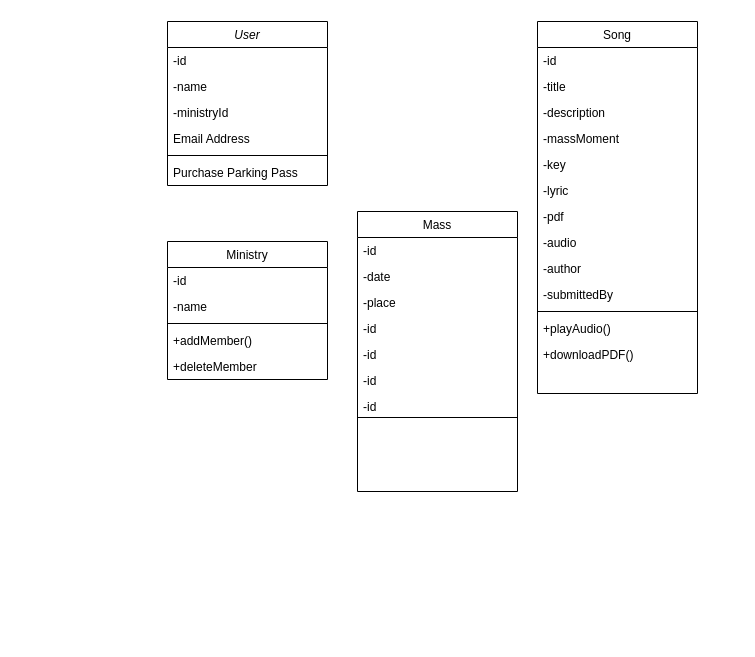
Above: uml_liturgico.drawio in hendrixrag/planificador_liturgico (draw.io), before the change. Source tidied: cells renumbered, new cells numbered last; positions are measured from the earlier drawing's top-left corner, leaving out a move shared by most shapes. Both pictures are drawn from the tidied source at 100%, with x=0, y=0 at pixel (167, 21).
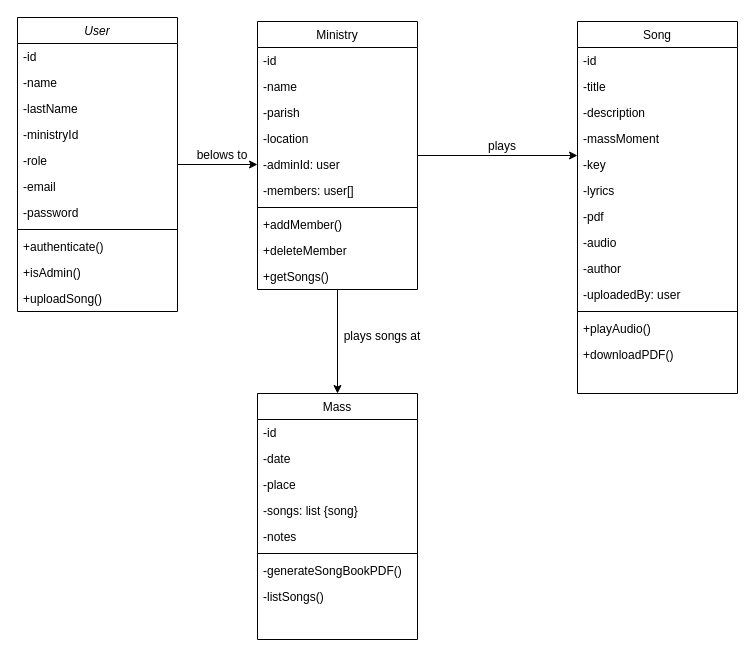
The same diagram, later.

Unchanged cells that the change refers to:
```xml
<mxCell id="29" value="-key" style="text;align=left;verticalAlign=top;spacingLeft=4;spacingRight=4;overflow=hidden;points=[[0,0.5],[1,0.5]];portConstraint=eastwest;rounded=0;shadow=0;html=0;" parent="24" vertex="1">
  <mxGeometry y="130" width="160" height="26" as="geometry" />
</mxCell>
```

The edit, as a diff of the source:
```diff
@@
+    <mxCell id="38" style="edgeStyle=orthogonalEdgeStyle;rounded=0;jettySize=auto;html=1;entryX=0;entryY=0.5;entryDx=0;entryDy=0;" parent="1" edge="1" source="2" target="47">
+      <mxGeometry relative="1" as="geometry" />
+    </mxCell>
     <mxCell id="2" value="User" style="swimlane;fontStyle=2;align=center;verticalAlign=top;horizontal=1;startSize=26;rounded=0;shadow=0;strokeWidth=1;" parent="1" vertex="1">
-      <mxGeometry width="160" height="164" as="geometry" />
+      <mxGeometry x="-150" y="-4" width="160" height="294" as="geometry" />
     </mxCell>
@@
+    <mxCell id="39" value="-lastName" style="text;align=left;verticalAlign=top;spacingLeft=4;spacingRight=4;overflow=hidden;" parent="2" vertex="1">
+      <mxGeometry y="78" width="160" height="26" as="geometry" />
+    </mxCell>
     <mxCell id="5" value="-ministryId" style="text;align=left;verticalAlign=top;spacingLeft=4;spacingRight=4;overflow=hidden;rounded=0;shadow=0;html=0;" parent="2" vertex="1">
-      <mxGeometry y="78" width="160" height="26" as="geometry" />
+      <mxGeometry y="104" width="160" height="26" as="geometry" />
     </mxCell>
+    <mxCell id="40" value="-role" style="text;align=left;verticalAlign=top;spacingLeft=4;spacingRight=4;overflow=hidden;rounded=0;shadow=0;html=0;" parent="2" vertex="1">
+      <mxGeometry y="130" width="160" height="26" as="geometry" />
+    </mxCell>
-    <mxCell id="6" value="Email Address" style="text;align=left;verticalAlign=top;spacingLeft=4;spacingRight=4;overflow=hidden;rounded=0;shadow=0;html=0;" parent="2" vertex="1">
-      <mxGeometry y="104" width="160" height="26" as="geometry" />
+    <mxCell id="6" value="-email" style="text;align=left;verticalAlign=top;spacingLeft=4;spacingRight=4;overflow=hidden;rounded=0;shadow=0;html=0;" parent="2" vertex="1">
+      <mxGeometry y="156" width="160" height="26" as="geometry" />
     </mxCell>
+    <mxCell id="41" value="-password" style="text;align=left;verticalAlign=top;spacingLeft=4;spacingRight=4;overflow=hidden;rounded=0;shadow=0;html=0;" parent="2" vertex="1">
+      <mxGeometry y="182" width="160" height="26" as="geometry" />
+    </mxCell>
     <mxCell id="7" style="line;html=1;strokeWidth=1;align=left;verticalAlign=middle;spacingTop=-1;spacingLeft=3;spacingRight=3;labelPosition=right;" parent="2" vertex="1">
-      <mxGeometry y="130" width="160" height="8" as="geometry" />
+      <mxGeometry y="208" width="160" height="8" as="geometry" />
     </mxCell>
-    <mxCell id="8" value="Purchase Parking Pass" style="text;align=left;verticalAlign=top;spacingLeft=4;spacingRight=4;overflow=hidden;" parent="2" vertex="1">
-      <mxGeometry y="138" width="160" height="26" as="geometry" />
+    <mxCell id="8" value="+authenticate()" style="text;align=left;verticalAlign=top;spacingLeft=4;spacingRight=4;overflow=hidden;" parent="2" vertex="1">
+      <mxGeometry y="216" width="160" height="26" as="geometry" />
     </mxCell>
+    <mxCell id="42" value="+isAdmin()" style="text;align=left;verticalAlign=top;spacingLeft=4;spacingRight=4;overflow=hidden;" parent="2" vertex="1">
+      <mxGeometry y="242" width="160" height="26" as="geometry" />
+    </mxCell>
+    <mxCell id="43" value="+uploadSong()" style="text;align=left;verticalAlign=top;spacingLeft=4;spacingRight=4;overflow=hidden;" parent="2" vertex="1">
+      <mxGeometry y="268" width="160" height="26" as="geometry" />
+    </mxCell>
+    <mxCell id="44" style="edgeStyle=orthogonalEdgeStyle;rounded=0;jettySize=auto;html=1;entryX=0.5;entryY=0;entryDx=0;entryDy=0;" parent="1" edge="1" source="9" target="15">
+      <mxGeometry relative="1" as="geometry" />
+    </mxCell>
     <mxCell id="9" value="Ministry" style="swimlane;fontStyle=0;align=center;verticalAlign=top;horizontal=1;startSize=26;rounded=0;shadow=0;strokeWidth=1;" parent="1" vertex="1">
-      <mxGeometry y="220" width="160" height="138" as="geometry" />
+      <mxGeometry x="90" width="160" height="268" as="geometry" />
     </mxCell>
@@
-    <mxCell id="11" value="-name" style="text;align=left;verticalAlign=top;spacingLeft=4;spacingRight=4;overflow=hidden;rounded=0;shadow=0;html=0;" parent="9" vertex="1">
+    <mxCell id="11" value="-name&#10;" style="text;align=left;verticalAlign=top;spacingLeft=4;spacingRight=4;overflow=hidden;rounded=0;shadow=0;html=0;" parent="9" vertex="1">
       <mxGeometry y="52" width="160" height="26" as="geometry" />
     </mxCell>
+    <mxCell id="45" value="-parish" style="text;align=left;verticalAlign=top;spacingLeft=4;spacingRight=4;overflow=hidden;rounded=0;shadow=0;html=0;" parent="9" vertex="1">
+      <mxGeometry y="78" width="160" height="26" as="geometry" />
+    </mxCell>
+    <mxCell id="46" value="-location" style="text;align=left;verticalAlign=top;spacingLeft=4;spacingRight=4;overflow=hidden;rounded=0;shadow=0;html=0;" parent="9" vertex="1">
+      <mxGeometry y="104" width="160" height="26" as="geometry" />
+    </mxCell>
+    <mxCell id="47" value="-adminId: user" style="text;align=left;verticalAlign=top;spacingLeft=4;spacingRight=4;overflow=hidden;points=[[0,0.5],[1,0.5]];portConstraint=eastwest;rounded=0;shadow=0;html=0;" parent="9" vertex="1">
+      <mxGeometry y="130" width="160" height="26" as="geometry" />
+    </mxCell>
+    <mxCell id="48" value="-members: user[]" style="text;align=left;verticalAlign=top;spacingLeft=4;spacingRight=4;overflow=hidden;rounded=0;shadow=0;html=0;" parent="9" vertex="1">
+      <mxGeometry y="156" width="160" height="26" as="geometry" />
+    </mxCell>
     <mxCell id="12" style="line;html=1;strokeWidth=1;align=left;verticalAlign=middle;spacingTop=-1;spacingLeft=3;spacingRight=3;labelPosition=right;" parent="9" vertex="1">
-      <mxGeometry y="78" width="160" height="8" as="geometry" />
+      <mxGeometry y="182" width="160" height="8" as="geometry" />
     </mxCell>
     <mxCell id="13" value="+addMember()" style="text;align=left;verticalAlign=top;spacingLeft=4;spacingRight=4;overflow=hidden;" parent="9" vertex="1">
-      <mxGeometry y="86" width="160" height="26" as="geometry" />
+      <mxGeometry y="190" width="160" height="26" as="geometry" />
     </mxCell>
     <mxCell id="14" value="+deleteMember" style="text;align=left;verticalAlign=top;spacingLeft=4;spacingRight=4;overflow=hidden;" parent="9" vertex="1">
-      <mxGeometry y="112" width="160" height="26" as="geometry" />
+      <mxGeometry y="216" width="160" height="26" as="geometry" />
     </mxCell>
+    <mxCell id="49" value="+getSongs()" style="text;align=left;verticalAlign=top;spacingLeft=4;spacingRight=4;overflow=hidden;" parent="9" vertex="1">
+      <mxGeometry y="242" width="160" height="26" as="geometry" />
+    </mxCell>
     <mxCell id="15" value="Mass" style="swimlane;fontStyle=0;align=center;verticalAlign=top;horizontal=1;startSize=26;rounded=0;shadow=0;strokeWidth=1;" parent="1" vertex="1">
-      <mxGeometry x="190" y="190" width="160" height="280" as="geometry" />
+      <mxGeometry x="90" y="372" width="160" height="246" as="geometry" />
     </mxCell>
@@
-    <mxCell id="19" value="-id" style="text;align=left;verticalAlign=top;spacingLeft=4;spacingRight=4;overflow=hidden;" parent="15" vertex="1">
+    <mxCell id="19" value="-songs: list {song}" style="text;align=left;verticalAlign=top;spacingLeft=4;spacingRight=4;overflow=hidden;" parent="15" vertex="1">
       <mxGeometry y="104" width="160" height="26" as="geometry" />
     </mxCell>
-    <mxCell id="20" value="-id" style="text;align=left;verticalAlign=top;spacingLeft=4;spacingRight=4;overflow=hidden;" parent="15" vertex="1">
+    <mxCell id="20" value="-notes" style="text;align=left;verticalAlign=top;spacingLeft=4;spacingRight=4;overflow=hidden;" parent="15" vertex="1">
       <mxGeometry y="130" width="160" height="26" as="geometry" />
     </mxCell>
-    <mxCell id="21" value="-id" style="text;align=left;verticalAlign=top;spacingLeft=4;spacingRight=4;overflow=hidden;" parent="15" vertex="1">
-      <mxGeometry y="156" width="160" height="26" as="geometry" />
-    </mxCell>
-    <mxCell id="22" value="-id" style="text;align=left;verticalAlign=top;spacingLeft=4;spacingRight=4;overflow=hidden;" parent="15" vertex="1">
-      <mxGeometry y="182" width="160" height="20" as="geometry" />
-    </mxCell>
     <mxCell id="23" style="line;html=1;strokeWidth=1;align=left;verticalAlign=middle;spacingTop=-1;spacingLeft=3;spacingRight=3;labelPosition=right;" parent="15" vertex="1">
-      <mxGeometry y="202" width="160" height="8" as="geometry" />
+      <mxGeometry y="156" width="160" height="8" as="geometry" />
     </mxCell>
+    <mxCell id="50" value="-generateSongBookPDF()" style="text;align=left;verticalAlign=top;spacingLeft=4;spacingRight=4;overflow=hidden;" parent="15" vertex="1">
+      <mxGeometry y="164" width="160" height="26" as="geometry" />
+    </mxCell>
+    <mxCell id="51" value="-listSongs()" style="text;align=left;verticalAlign=top;spacingLeft=4;spacingRight=4;overflow=hidden;" parent="15" vertex="1">
+      <mxGeometry y="190" width="160" height="26" as="geometry" />
+    </mxCell>
     <mxCell id="24" value="Song" style="swimlane;fontStyle=0;align=center;verticalAlign=top;horizontal=1;startSize=26;rounded=0;shadow=0;strokeWidth=1;" parent="1" vertex="1">
-      <mxGeometry x="370" width="160" height="372" as="geometry" />
+      <mxGeometry x="410" width="160" height="372" as="geometry" />
     </mxCell>
@@
-    <mxCell id="30" value="-lyric&#10;" style="text;align=left;verticalAlign=top;spacingLeft=4;spacingRight=4;overflow=hidden;rounded=0;shadow=0;html=0;" parent="24" vertex="1">
+    <mxCell id="30" value="-lyrics" style="text;align=left;verticalAlign=top;spacingLeft=4;spacingRight=4;overflow=hidden;rounded=0;shadow=0;html=0;" parent="24" vertex="1">
       <mxGeometry y="156" width="160" height="26" as="geometry" />
     </mxCell>
@@
-    <mxCell id="34" value="-submittedBy" style="text;align=left;verticalAlign=top;spacingLeft=4;spacingRight=4;overflow=hidden;rounded=0;shadow=0;html=0;" parent="24" vertex="1">
+    <mxCell id="34" value="-uploadedBy: user" style="text;align=left;verticalAlign=top;spacingLeft=4;spacingRight=4;overflow=hidden;rounded=0;shadow=0;html=0;" parent="24" vertex="1">
       <mxGeometry y="260" width="160" height="26" as="geometry" />
     </mxCell>
@@
+    <mxCell id="52" value="belows to" style="text;strokeColor=none;align=center;fillColor=none;html=1;verticalAlign=middle;whiteSpace=wrap;rounded=0;" parent="1" vertex="1">
+      <mxGeometry y="119" width="110" height="30" as="geometry" />
+    </mxCell>
+    <mxCell id="53" value="plays songs at" style="text;strokeColor=none;align=center;fillColor=none;html=1;verticalAlign=middle;whiteSpace=wrap;rounded=0;" parent="1" vertex="1">
+      <mxGeometry x="160" y="300" width="110" height="30" as="geometry" />
+    </mxCell>
+    <mxCell id="54" style="edgeStyle=orthogonalEdgeStyle;rounded=0;jettySize=auto;html=1;entryX=0;entryY=0.154;entryDx=0;entryDy=0;entryPerimeter=0;" parent="1" edge="1" source="9" target="29">
+      <mxGeometry relative="1" as="geometry" />
+    </mxCell>
+    <mxCell id="55" value="plays" style="text;strokeColor=none;align=center;fillColor=none;html=1;verticalAlign=middle;whiteSpace=wrap;rounded=0;" parent="1" vertex="1">
+      <mxGeometry x="280" y="110" width="110" height="30" as="geometry" />
+    </mxCell>
```
